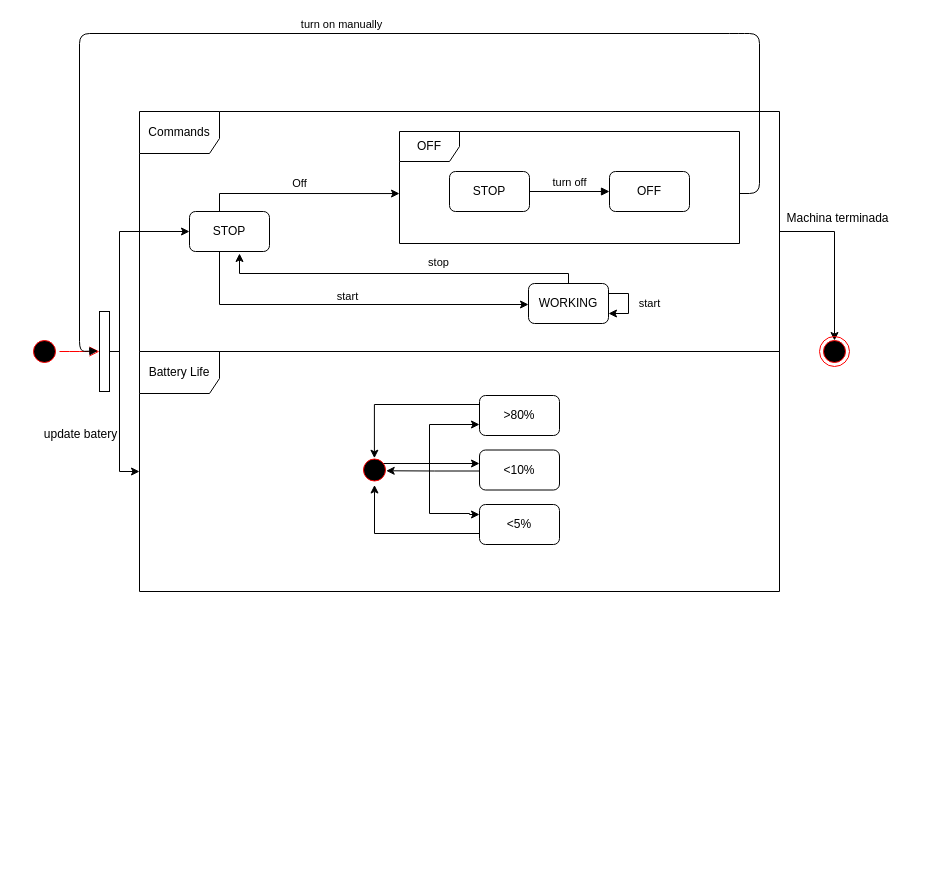
This is Projeto3/Untitled Diagram.drawio from PRodrigues98/AMS, a draw.io file, before an edit. Source tidied: cells renumbered, new cells numbered last; positions are measured from the earlier drawing's top-left corner, leaving out a move shared by most shapes. Both pictures are drawn from the tidied source at 100%, with x=0, y=0 at pixel (29, 33).
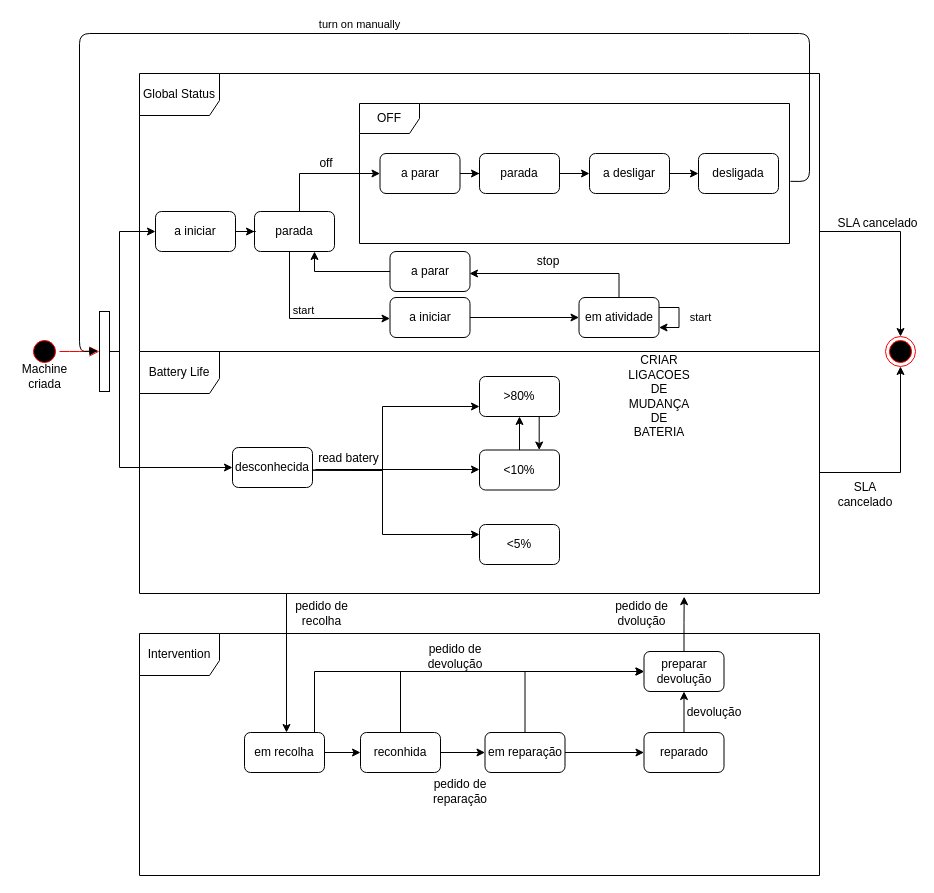
The same page after the edit.

Commit message:
Added State Machine

Unchanged cells that the change refers to:
```xml
<mxCell id="7" style="html=1;points=[];perimeter=orthogonalPerimeter;" parent="1" vertex="1">
  <mxGeometry x="70" y="278" width="10" height="80" as="geometry" />
</mxCell>
<mxCell id="25" value="&amp;lt;10%" style="rounded=1;whiteSpace=wrap;html=1;" parent="1" vertex="1">
  <mxGeometry x="450" y="416.5" width="80" height="40" as="geometry" />
</mxCell>
```

What changed in the source:
```diff
@@
-    <mxCell id="4" style="edgeStyle=orthogonalEdgeStyle;rounded=0;jettySize=auto;html=1;" parent="1" edge="1" source="7" target="11">
+    <mxCell id="4" style="edgeStyle=orthogonalEdgeStyle;rounded=0;jettySize=auto;html=1;entryX=0;entryY=0.5;entryDx=0;entryDy=0;" parent="1" edge="1" source="7" target="58">
       <mxGeometry relative="1" as="geometry">
         <Array as="points">
           <mxPoint x="90" y="318" />
-          <mxPoint x="90" y="438" />
+          <mxPoint x="90" y="434" />
         </Array>
       </mxGeometry>
     </mxCell>
-    <mxCell id="5" value="update batery" style="text;html=1;align=center;verticalAlign=middle;labelBackgroundColor=#ffffff;" parent="4" vertex="1">
-      <mxGeometry x="0.16" y="5" relative="1" as="geometry">
-        <mxPoint x="-44.5" y="5" as="offset" />
-      </mxGeometry>
-    </mxCell>
-    <mxCell id="6" style="edgeStyle=orthogonalEdgeStyle;rounded=0;jettySize=auto;html=1;" parent="1" edge="1" source="7" target="15">
-      <mxGeometry relative="1" as="geometry">
-        <Array as="points">
-          <mxPoint x="90" y="318" />
-          <mxPoint x="90" y="198" />
-        </Array>
-      </mxGeometry>
-    </mxCell>
+    <mxCell id="34" style="edgeStyle=orthogonalEdgeStyle;rounded=0;jettySize=auto;html=1;entryX=0;entryY=0.5;entryDx=0;entryDy=0;" parent="1" edge="1" source="7" target="52">
+      <mxGeometry relative="1" as="geometry">
+        <Array as="points">
+          <mxPoint x="90" y="318" />
+          <mxPoint x="90" y="198" />
+        </Array>
+      </mxGeometry>
+    </mxCell>
@@
-    <mxCell id="8" style="edgeStyle=orthogonalEdgeStyle;rounded=0;jettySize=auto;html=1;" parent="1" edge="1" source="10">
+    <mxCell id="8" style="edgeStyle=orthogonalEdgeStyle;rounded=0;jettySize=auto;html=1;entryX=0.5;entryY=0;entryDx=0;entryDy=0;" parent="1" edge="1" source="10" target="12">
       <mxGeometry relative="1" as="geometry">
-        <mxPoint x="805" y="307" as="targetPoint" />
         <Array as="points">
-          <mxPoint x="805" y="198" />
-          <mxPoint x="805" y="307" />
+          <mxPoint x="871" y="198" />
         </Array>
       </mxGeometry>
     </mxCell>
-    <mxCell id="9" value="Machina terminada" style="text;html=1;align=center;verticalAlign=middle;labelBackgroundColor=#ffffff;" parent="8" vertex="1">
+    <mxCell id="9" value="&lt;span&gt;SLA cancelado&lt;/span&gt;" style="text;html=1;align=center;verticalAlign=middle;labelBackgroundColor=#ffffff;" parent="8" vertex="1">
       <mxGeometry x="-0.33" y="-21" relative="1" as="geometry">
-        <mxPoint x="23" y="-14" as="offset" />
+        <mxPoint x="-4.5" y="-29.5" as="offset" />
       </mxGeometry>
     </mxCell>
-    <mxCell id="10" value="Commands&lt;br&gt;" style="shape=umlFrame;whiteSpace=wrap;html=1;width=80;height=42;" parent="1" vertex="1">
-      <mxGeometry x="110" y="78" width="640" height="240" as="geometry" />
+    <mxCell id="10" value="Global Status&lt;br&gt;" style="shape=umlFrame;whiteSpace=wrap;html=1;width=80;height=42;" parent="1" vertex="1">
+      <mxGeometry x="110" y="40" width="680" height="278" as="geometry" />
     </mxCell>
+    <mxCell id="35" style="edgeStyle=orthogonalEdgeStyle;rounded=0;jettySize=auto;html=1;entryX=0.5;entryY=1;entryDx=0;entryDy=0;" parent="1" edge="1" source="11" target="12">
+      <mxGeometry relative="1" as="geometry" />
+    </mxCell>
+    <mxCell id="36" style="edgeStyle=orthogonalEdgeStyle;rounded=0;jettySize=auto;html=1;" parent="1" edge="1" target="65">
+      <mxGeometry relative="1" as="geometry">
+        <mxPoint x="281.5" y="560" as="sourcePoint" />
+        <Array as="points">
+          <mxPoint x="257" y="560" />
+        </Array>
+      </mxGeometry>
+    </mxCell>
     <mxCell id="11" value="Battery Life&lt;br&gt;" style="shape=umlFrame;whiteSpace=wrap;html=1;width=80;height=42;" parent="1" vertex="1">
-      <mxGeometry x="110" y="318" width="640" height="240" as="geometry" />
+      <mxGeometry x="110" y="318" width="680" height="242" as="geometry" />
     </mxCell>
     <mxCell id="12" style="ellipse;html=1;shape=endState;fillColor=#000000;strokeColor=#ff0000;" parent="1" vertex="1">
-      <mxGeometry x="790" y="303" width="30" height="30" as="geometry" />
+      <mxGeometry x="856" y="303" width="30" height="30" as="geometry" />
     </mxCell>
-    <mxCell id="13" value="start" style="edgeStyle=orthogonalEdgeStyle;rounded=0;jettySize=auto;html=1;" parent="1" edge="1" source="15" target="18">
+    <mxCell id="13" value="start" style="edgeStyle=orthogonalEdgeStyle;rounded=0;jettySize=auto;html=1;exitX=0.5;exitY=1;exitDx=0;exitDy=0;" parent="1" edge="1" source="15" target="48">
       <mxGeometry y="8" relative="1" as="geometry">
         <Array as="points">
-          <mxPoint x="190" y="271" />
+          <mxPoint x="260" y="218" />
+          <mxPoint x="260" y="285" />
         </Array>
       </mxGeometry>
     </mxCell>
-    <mxCell id="14" value="Off" style="edgeStyle=orthogonalEdgeStyle;rounded=0;jettySize=auto;html=1;entryX=0;entryY=0.554;entryDx=0;entryDy=0;entryPerimeter=0;" parent="1" edge="1" source="15" target="19">
-      <mxGeometry x="-0.01" y="10" relative="1" as="geometry">
-        <Array as="points">
-          <mxPoint x="190" y="160" />
-        </Array>
-      </mxGeometry>
-    </mxCell>
+    <mxCell id="37" style="edgeStyle=orthogonalEdgeStyle;rounded=0;jettySize=auto;html=1;entryX=0;entryY=0.5;entryDx=0;entryDy=0;" parent="1" edge="1" source="15" target="54">
+      <mxGeometry relative="1" as="geometry">
+        <Array as="points">
+          <mxPoint x="270" y="140" />
+        </Array>
+      </mxGeometry>
+    </mxCell>
-    <mxCell id="15" value="STOP&lt;br&gt;" style="rounded=1;whiteSpace=wrap;html=1;" parent="1" vertex="1">
-      <mxGeometry x="160" y="178" width="80" height="40" as="geometry" />
+    <mxCell id="15" value="parada&lt;br&gt;" style="rounded=1;whiteSpace=wrap;html=1;" parent="1" vertex="1">
+      <mxGeometry x="225" y="178" width="80" height="40" as="geometry" />
     </mxCell>
-    <mxCell id="16" value="stop" style="edgeStyle=orthogonalEdgeStyle;rounded=0;jettySize=auto;html=1;" parent="1" edge="1" source="18">
-      <mxGeometry x="-0.22" y="-11" relative="1" as="geometry">
-        <mxPoint x="210" y="220" as="targetPoint" />
-        <Array as="points">
-          <mxPoint x="539" y="240" />
-          <mxPoint x="210" y="240" />
-        </Array>
-      </mxGeometry>
-    </mxCell>
@@
+    <mxCell id="38" style="edgeStyle=orthogonalEdgeStyle;rounded=0;jettySize=auto;html=1;" parent="1" edge="1" source="18">
+      <mxGeometry relative="1" as="geometry">
+        <mxPoint x="440" y="240" as="targetPoint" />
+        <Array as="points">
+          <mxPoint x="590" y="240" />
+          <mxPoint x="440" y="240" />
+        </Array>
+      </mxGeometry>
+    </mxCell>
-    <mxCell id="18" value="WORKING&lt;br&gt;" style="rounded=1;whiteSpace=wrap;html=1;" parent="1" vertex="1">
-      <mxGeometry x="499" y="250" width="80" height="40" as="geometry" />
+    <mxCell id="18" value="em atividade" style="rounded=1;whiteSpace=wrap;html=1;" parent="1" vertex="1">
+      <mxGeometry x="549.5" y="264" width="80" height="40" as="geometry" />
     </mxCell>
     <mxCell id="19" value="OFF" style="shape=umlFrame;whiteSpace=wrap;html=1;" parent="1" vertex="1">
-      <mxGeometry x="370" y="98" width="340" height="112" as="geometry" />
+      <mxGeometry x="330" y="70" width="430" height="140" as="geometry" />
     </mxCell>
+    <mxCell id="39" style="edgeStyle=orthogonalEdgeStyle;rounded=0;jettySize=auto;html=1;" parent="1" edge="1" source="20" target="56">
+      <mxGeometry relative="1" as="geometry" />
+    </mxCell>
-    <mxCell id="20" value="STOP&lt;br&gt;" style="rounded=1;whiteSpace=wrap;html=1;" parent="1" vertex="1">
-      <mxGeometry x="420" y="138" width="80" height="40" as="geometry" />
+    <mxCell id="20" value="parada&lt;br&gt;" style="rounded=1;whiteSpace=wrap;html=1;" parent="1" vertex="1">
+      <mxGeometry x="450" y="120" width="80" height="40" as="geometry" />
     </mxCell>
-    <mxCell id="21" value="OFF&lt;br&gt;" style="rounded=1;whiteSpace=wrap;html=1;" parent="1" vertex="1">
-      <mxGeometry x="580" y="138" width="80" height="40" as="geometry" />
+    <mxCell id="21" value="desligada&lt;br&gt;" style="rounded=1;whiteSpace=wrap;html=1;" parent="1" vertex="1">
+      <mxGeometry x="669" y="120" width="80" height="40" as="geometry" />
     </mxCell>
-    <mxCell id="22" value="turn off&lt;br&gt;" style="html=1;verticalAlign=bottom;endArrow=block;" parent="1" edge="1">
-      <mxGeometry relative="1" as="geometry">
-        <mxPoint x="500" y="158" as="sourcePoint" />
-        <mxPoint x="580" y="158" as="targetPoint" />
-      </mxGeometry>
-    </mxCell>
-    <mxCell id="23" value="turn on manually" style="html=1;verticalAlign=bottom;endArrow=block;entryX=-0.171;entryY=0.493;entryDx=0;entryDy=0;entryPerimeter=0;" parent="1" edge="1" target="7">
+    <mxCell id="23" value="turn on manually" style="html=1;verticalAlign=bottom;endArrow=block;entryX=-0.171;entryY=0.493;entryDx=0;entryDy=0;entryPerimeter=0;exitX=1.002;exitY=0.556;exitDx=0;exitDy=0;exitPerimeter=0;" parent="1" edge="1" source="19" target="7">
       <mxGeometry relative="1" as="geometry">
-        <mxPoint x="710" y="160" as="sourcePoint" />
         <Array as="points">
-          <mxPoint x="730" y="160" />
-          <mxPoint x="730" />
+          <mxPoint x="780" y="148" />
+          <mxPoint x="780" />
           <mxPoint x="710" />
           <mxPoint x="50" />
           <mxPoint x="50" y="318" />
         </Array>
       </mxGeometry>
     </mxCell>
-    <mxCell id="24" style="edgeStyle=orthogonalEdgeStyle;rounded=0;jettySize=auto;html=1;entryX=0.89;entryY=0.526;entryDx=0;entryDy=0;entryPerimeter=0;" parent="1" edge="1" target="29">
-      <mxGeometry relative="1" as="geometry">
-        <mxPoint x="450" y="437.5" as="sourcePoint" />
-        <Array as="points">
-          <mxPoint x="405" y="438" />
-        </Array>
-      </mxGeometry>
-    </mxCell>
+    <mxCell id="40" style="edgeStyle=orthogonalEdgeStyle;rounded=0;jettySize=auto;html=1;" parent="1" edge="1" source="25" target="31">
+      <mxGeometry relative="1" as="geometry" />
+    </mxCell>
@@
-    <mxCell id="26" style="edgeStyle=orthogonalEdgeStyle;rounded=0;jettySize=auto;html=1;" parent="1" edge="1" target="25">
-      <mxGeometry relative="1" as="geometry">
-        <mxPoint x="350" y="436.5" as="sourcePoint" />
-        <Array as="points">
-          <mxPoint x="350" y="430" />
-        </Array>
-      </mxGeometry>
-    </mxCell>
-    <mxCell id="27" style="edgeStyle=orthogonalEdgeStyle;rounded=0;jettySize=auto;html=1;entryX=0;entryY=0.25;entryDx=0;entryDy=0;" parent="1" edge="1" source="29" target="33">
-      <mxGeometry relative="1" as="geometry">
-        <Array as="points">
-          <mxPoint x="400" y="430" />
-          <mxPoint x="400" y="480" />
-          <mxPoint x="440" y="480" />
-        </Array>
-      </mxGeometry>
-    </mxCell>
-    <mxCell id="28" style="edgeStyle=orthogonalEdgeStyle;rounded=0;jettySize=auto;html=1;" parent="1" edge="1" source="29">
-      <mxGeometry relative="1" as="geometry">
-        <mxPoint x="450" y="391" as="targetPoint" />
-        <Array as="points">
-          <mxPoint x="400" y="430" />
-          <mxPoint x="400" y="391" />
-        </Array>
-      </mxGeometry>
-    </mxCell>
-    <mxCell id="29" style="ellipse;html=1;shape=startState;fillColor=#000000;strokeColor=#ff0000;" parent="1" vertex="1">
-      <mxGeometry x="330" y="421.5" width="30" height="30" as="geometry" />
-    </mxCell>
-    <mxCell id="30" style="edgeStyle=orthogonalEdgeStyle;rounded=0;jettySize=auto;html=1;entryX=0.497;entryY=0.107;entryDx=0;entryDy=0;entryPerimeter=0;" parent="1" edge="1" source="31" target="29">
-      <mxGeometry relative="1" as="geometry">
-        <Array as="points">
-          <mxPoint x="345" y="371" />
-        </Array>
-      </mxGeometry>
-    </mxCell>
+    <mxCell id="41" style="edgeStyle=orthogonalEdgeStyle;rounded=0;jettySize=auto;html=1;" parent="1" edge="1" target="25">
+      <mxGeometry relative="1" as="geometry">
+        <mxPoint x="286" y="436" as="sourcePoint" />
+      </mxGeometry>
+    </mxCell>
+    <mxCell id="42" style="edgeStyle=orthogonalEdgeStyle;rounded=0;jettySize=auto;html=1;entryX=0;entryY=0.75;entryDx=0;entryDy=0;" parent="1" edge="1" target="31">
+      <mxGeometry relative="1" as="geometry">
+        <mxPoint x="255" y="436.5" as="sourcePoint" />
+      </mxGeometry>
+    </mxCell>
+    <mxCell id="43" style="edgeStyle=orthogonalEdgeStyle;rounded=0;jettySize=auto;html=1;entryX=0;entryY=0.25;entryDx=0;entryDy=0;" parent="1" edge="1" target="33">
+      <mxGeometry relative="1" as="geometry">
+        <mxPoint x="255" y="436.5" as="sourcePoint" />
+      </mxGeometry>
+    </mxCell>
+    <mxCell id="44" style="edgeStyle=orthogonalEdgeStyle;rounded=0;orthogonalLoop=1;jettySize=auto;html=1;" parent="1" edge="1">
+      <mxGeometry relative="1" as="geometry">
+        <mxPoint x="509.7" y="383" as="sourcePoint" />
+        <mxPoint x="509.7" y="416.5" as="targetPoint" />
+      </mxGeometry>
+    </mxCell>
     <mxCell id="31" value="&amp;gt;80%" style="rounded=1;whiteSpace=wrap;html=1;" parent="1" vertex="1">
-      <mxGeometry x="450" y="362" width="80" height="40" as="geometry" />
+      <mxGeometry x="450" y="343" width="80" height="40" as="geometry" />
     </mxCell>
-    <mxCell id="32" style="edgeStyle=orthogonalEdgeStyle;rounded=0;jettySize=auto;html=1;entryX=0.5;entryY=1;entryDx=0;entryDy=0;" parent="1" edge="1" source="33" target="29">
-      <mxGeometry relative="1" as="geometry">
-        <Array as="points">
-          <mxPoint x="345" y="500" />
-        </Array>
-      </mxGeometry>
-    </mxCell>
     <mxCell id="33" value="&amp;lt;5%" style="rounded=1;whiteSpace=wrap;html=1;" parent="1" vertex="1">
-      <mxGeometry x="450" y="471" width="80" height="40" as="geometry" />
+      <mxGeometry x="450" y="491" width="80" height="40" as="geometry" />
     </mxCell>
+    <mxCell id="45" value="read batery" style="text;html=1;strokeColor=none;fillColor=none;align=center;verticalAlign=middle;whiteSpace=wrap;rounded=0;" parent="1" vertex="1">
+      <mxGeometry x="286" y="410" width="67" height="30" as="geometry" />
+    </mxCell>
+    <mxCell id="46" value="Machine criada" style="text;html=1;strokeColor=none;fillColor=none;align=center;verticalAlign=middle;whiteSpace=wrap;rounded=0;" parent="1" vertex="1">
+      <mxGeometry x="-12" y="333" width="55" height="20" as="geometry" />
+    </mxCell>
+    <mxCell id="47" style="edgeStyle=orthogonalEdgeStyle;rounded=0;jettySize=auto;html=1;" parent="1" edge="1" source="48" target="18">
+      <mxGeometry relative="1" as="geometry" />
+    </mxCell>
+    <mxCell id="48" value="a iniciar" style="rounded=1;whiteSpace=wrap;html=1;" parent="1" vertex="1">
+      <mxGeometry x="360.5" y="264" width="80" height="40" as="geometry" />
+    </mxCell>
+    <mxCell id="49" style="edgeStyle=orthogonalEdgeStyle;rounded=0;jettySize=auto;html=1;entryX=0.75;entryY=1;entryDx=0;entryDy=0;" parent="1" edge="1" source="50" target="15">
+      <mxGeometry relative="1" as="geometry" />
+    </mxCell>
+    <mxCell id="50" value="a parar" style="rounded=1;whiteSpace=wrap;html=1;" parent="1" vertex="1">
+      <mxGeometry x="360.5" y="218" width="80" height="40" as="geometry" />
+    </mxCell>
+    <mxCell id="16" value="stop" style="text;html=1;strokeColor=none;fillColor=none;align=center;verticalAlign=middle;whiteSpace=wrap;rounded=0;" parent="1" vertex="1">
+      <mxGeometry x="499" y="218" width="40" height="20" as="geometry" />
+    </mxCell>
+    <mxCell id="51" style="edgeStyle=orthogonalEdgeStyle;rounded=0;jettySize=auto;html=1;" parent="1" edge="1" source="52" target="15">
+      <mxGeometry relative="1" as="geometry" />
+    </mxCell>
+    <mxCell id="52" value="a iniciar&lt;br&gt;" style="rounded=1;whiteSpace=wrap;html=1;" parent="1" vertex="1">
+      <mxGeometry x="126" y="178" width="80" height="40" as="geometry" />
+    </mxCell>
+    <mxCell id="53" style="edgeStyle=orthogonalEdgeStyle;rounded=0;jettySize=auto;html=1;" parent="1" edge="1" source="54" target="20">
+      <mxGeometry relative="1" as="geometry" />
+    </mxCell>
+    <mxCell id="54" value="a parar" style="rounded=1;whiteSpace=wrap;html=1;" parent="1" vertex="1">
+      <mxGeometry x="350.5" y="120" width="80" height="40" as="geometry" />
+    </mxCell>
+    <mxCell id="55" style="edgeStyle=orthogonalEdgeStyle;rounded=0;jettySize=auto;html=1;" parent="1" edge="1" source="56" target="21">
+      <mxGeometry relative="1" as="geometry" />
+    </mxCell>
+    <mxCell id="56" value="a desligar&lt;br&gt;" style="rounded=1;whiteSpace=wrap;html=1;" parent="1" vertex="1">
+      <mxGeometry x="560" y="120" width="80" height="40" as="geometry" />
+    </mxCell>
+    <mxCell id="57" value="off" style="text;html=1;strokeColor=none;fillColor=none;align=center;verticalAlign=middle;whiteSpace=wrap;rounded=0;" parent="1" vertex="1">
+      <mxGeometry x="276.5" y="120" width="40" height="20" as="geometry" />
+    </mxCell>
+    <mxCell id="58" value="desconhecida" style="rounded=1;whiteSpace=wrap;html=1;" parent="1" vertex="1">
+      <mxGeometry x="203" y="414" width="80" height="40" as="geometry" />
+    </mxCell>
+    <mxCell id="59" style="edgeStyle=orthogonalEdgeStyle;rounded=0;jettySize=auto;html=1;entryX=0;entryY=0.5;entryDx=0;entryDy=0;" parent="1" edge="1" source="73" target="75">
+      <mxGeometry relative="1" as="geometry">
+        <Array as="points">
+          <mxPoint x="371" y="638" />
+        </Array>
+      </mxGeometry>
+    </mxCell>
+    <mxCell id="60" value="Intervention" style="shape=umlFrame;whiteSpace=wrap;html=1;width=80;height=42;" parent="1" vertex="1">
+      <mxGeometry x="110" y="600" width="680" height="242" as="geometry" />
+    </mxCell>
+    <mxCell id="61" value="pedido de recolha" style="text;html=1;strokeColor=none;fillColor=none;align=center;verticalAlign=middle;whiteSpace=wrap;rounded=0;" parent="1" vertex="1">
+      <mxGeometry x="264.5" y="570" width="55" height="20" as="geometry" />
+    </mxCell>
+    <mxCell id="62" value="pedido de devolução" style="text;html=1;strokeColor=none;fillColor=none;align=center;verticalAlign=middle;whiteSpace=wrap;rounded=0;" parent="1" vertex="1">
+      <mxGeometry x="405.5" y="613" width="40" height="20" as="geometry" />
+    </mxCell>
+    <mxCell id="63" style="edgeStyle=orthogonalEdgeStyle;rounded=0;jettySize=auto;html=1;" parent="1" edge="1" source="65" target="73">
+      <mxGeometry relative="1" as="geometry" />
+    </mxCell>
+    <mxCell id="64" style="edgeStyle=orthogonalEdgeStyle;rounded=0;jettySize=auto;html=1;entryX=0;entryY=0.5;entryDx=0;entryDy=0;" parent="1" edge="1" source="65" target="75">
+      <mxGeometry relative="1" as="geometry">
+        <Array as="points">
+          <mxPoint x="285" y="638" />
+        </Array>
+      </mxGeometry>
+    </mxCell>
+    <mxCell id="65" value="em recolha" style="rounded=1;whiteSpace=wrap;html=1;" parent="1" vertex="1">
+      <mxGeometry x="215" y="699" width="80" height="40" as="geometry" />
+    </mxCell>
+    <mxCell id="66" style="edgeStyle=orthogonalEdgeStyle;rounded=0;jettySize=auto;html=1;" parent="1" edge="1" source="68" target="75">
+      <mxGeometry relative="1" as="geometry">
+        <Array as="points">
+          <mxPoint x="496" y="638" />
+        </Array>
+      </mxGeometry>
+    </mxCell>
+    <mxCell id="67" style="edgeStyle=orthogonalEdgeStyle;rounded=0;jettySize=auto;html=1;" parent="1" edge="1" source="68" target="70">
+      <mxGeometry relative="1" as="geometry" />
+    </mxCell>
+    <mxCell id="68" value="em reparação" style="rounded=1;whiteSpace=wrap;html=1;" parent="1" vertex="1">
+      <mxGeometry x="455.5" y="699" width="80" height="40" as="geometry" />
+    </mxCell>
+    <mxCell id="69" style="edgeStyle=orthogonalEdgeStyle;rounded=0;jettySize=auto;html=1;entryX=0.5;entryY=1;entryDx=0;entryDy=0;" parent="1" edge="1" source="70" target="75">
+      <mxGeometry relative="1" as="geometry" />
+    </mxCell>
+    <mxCell id="70" value="reparado" style="rounded=1;whiteSpace=wrap;html=1;" parent="1" vertex="1">
+      <mxGeometry x="614.5" y="699" width="80" height="40" as="geometry" />
+    </mxCell>
+    <mxCell id="71" value="pedido de reparação" style="text;html=1;strokeColor=none;fillColor=none;align=center;verticalAlign=middle;whiteSpace=wrap;rounded=0;" parent="1" vertex="1">
+      <mxGeometry x="411" y="748" width="40" height="20" as="geometry" />
+    </mxCell>
+    <mxCell id="72" style="edgeStyle=orthogonalEdgeStyle;rounded=0;jettySize=auto;html=1;" parent="1" edge="1" source="73" target="68">
+      <mxGeometry relative="1" as="geometry" />
+    </mxCell>
+    <mxCell id="73" value="reconhida" style="rounded=1;whiteSpace=wrap;html=1;" parent="1" vertex="1">
+      <mxGeometry x="331" y="699" width="80" height="40" as="geometry" />
+    </mxCell>
+    <mxCell id="74" style="edgeStyle=orthogonalEdgeStyle;rounded=0;jettySize=auto;html=1;entryX=0.801;entryY=1.013;entryDx=0;entryDy=0;entryPerimeter=0;" parent="1" edge="1" source="75" target="11">
+      <mxGeometry relative="1" as="geometry" />
+    </mxCell>
+    <mxCell id="75" value="preparar devolução" style="rounded=1;whiteSpace=wrap;html=1;" parent="1" vertex="1">
+      <mxGeometry x="614.5" y="618" width="80" height="40" as="geometry" />
+    </mxCell>
+    <mxCell id="76" value="devolução" style="text;html=1;strokeColor=none;fillColor=none;align=center;verticalAlign=middle;whiteSpace=wrap;rounded=0;" parent="1" vertex="1">
+      <mxGeometry x="665" y="668.5" width="40" height="20" as="geometry" />
+    </mxCell>
+    <mxCell id="77" value="pedido de dvolução" style="text;html=1;strokeColor=none;fillColor=none;align=center;verticalAlign=middle;whiteSpace=wrap;rounded=0;" parent="1" vertex="1">
+      <mxGeometry x="585" y="570" width="55" height="20" as="geometry" />
+    </mxCell>
+    <mxCell id="78" value="SLA cancelado" style="text;html=1;strokeColor=none;fillColor=none;align=center;verticalAlign=middle;whiteSpace=wrap;rounded=0;" parent="1" vertex="1">
+      <mxGeometry x="816" y="451" width="40" height="20" as="geometry" />
+    </mxCell>
+    <mxCell id="79" value="CRIAR LIGACOES DE MUDANÇA DE BATERIA" style="text;html=1;strokeColor=none;fillColor=none;align=center;verticalAlign=middle;whiteSpace=wrap;rounded=0;" parent="1" vertex="1">
+      <mxGeometry x="609.5" y="353" width="40" height="20" as="geometry" />
+    </mxCell>
```
